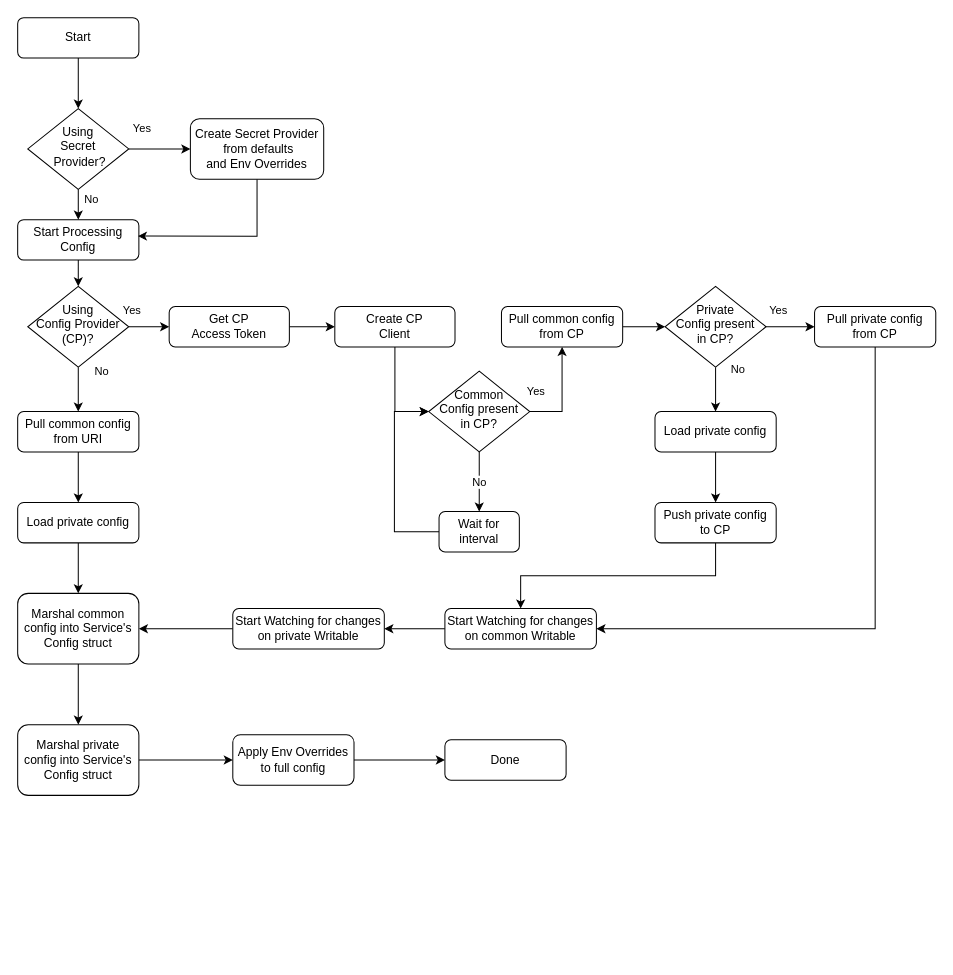
Above: docs_src/design/adr/common-config-images/EdgeX 3.x Configuration bootstrapping flowchart.drawio in edgexfoundry/edgex-docs (draw.io), before the change. Source tidied: cells renumbered, new cells numbered last; positions are measured from the earlier drawing's top-left corner, leaving out a move shared by most shapes. Both pictures are drawn from the tidied source at 101%, with x=0, y=0 at pixel (17, 17).
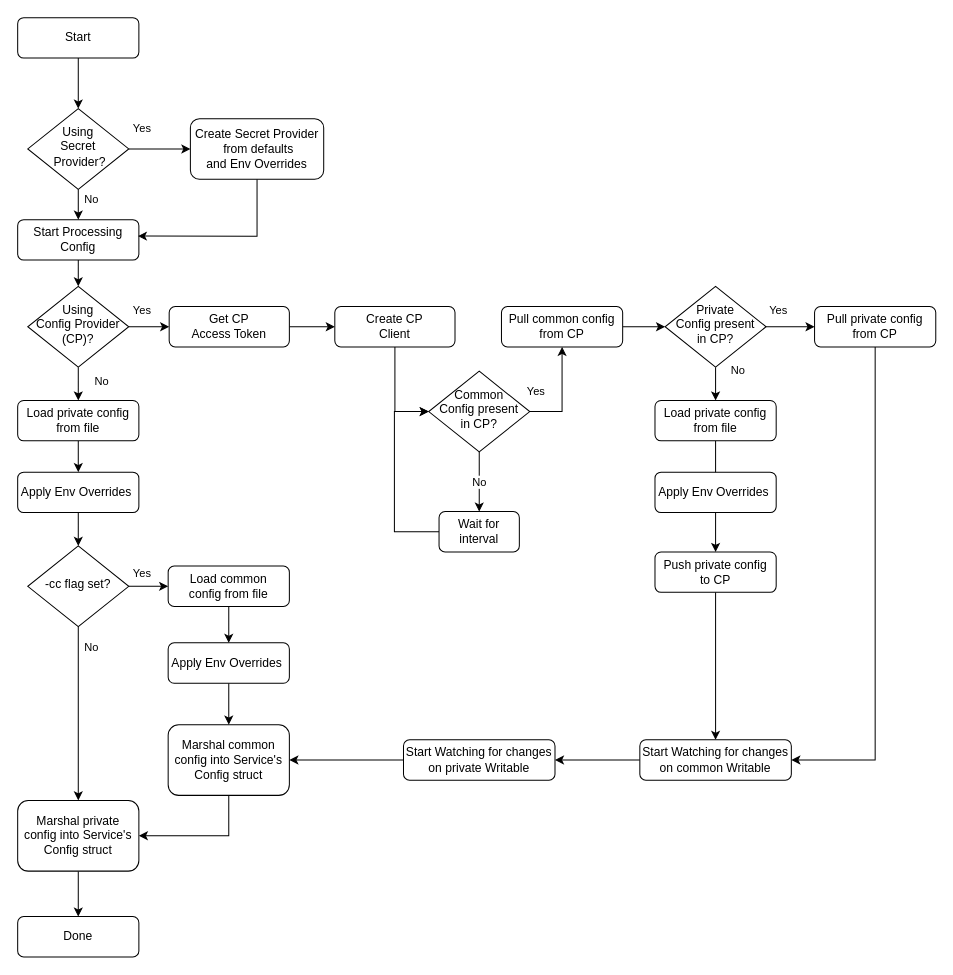
The same diagram, later.

Commit message (it also covers changes not shown here):
refactor: Rework ADR for Config Provider as System of Record (#1025)

The change refers to these unchanged cells:
```xml
<mxCell id="6" value="Using &lt;br&gt;Config Provider (CP)?" style="rhombus;whiteSpace=wrap;html=1;shadow=0;fontFamily=Helvetica;fontSize=12;align=center;strokeWidth=1;spacing=6;spacingTop=-4;" parent="1" vertex="1">
  <mxGeometry x="10" y="266" width="100" height="80" as="geometry" />
</mxCell>
<mxCell id="16" value="Pull private config&lt;br&gt;from CP" style="rounded=1;whiteSpace=wrap;html=1;fontSize=12;glass=0;strokeWidth=1;shadow=0;" parent="1" vertex="1">
  <mxGeometry x="789" y="286" width="120" height="40" as="geometry" />
</mxCell>
<mxCell id="33" value="Get CP &lt;br&gt;Access Token" style="rounded=1;whiteSpace=wrap;html=1;fontSize=12;glass=0;strokeWidth=1;shadow=0;" parent="1" vertex="1">
  <mxGeometry x="150" y="286" width="119" height="40" as="geometry" />
</mxCell>
```

What changed in the source:
```diff
@@
-    <mxCell id="3" value="Load private config" style="rounded=1;whiteSpace=wrap;html=1;fontSize=12;glass=0;strokeWidth=1;shadow=0;" parent="1" vertex="1">
-      <mxGeometry x="631" y="390" width="120" height="40" as="geometry" />
+    <mxCell id="3" value="Load private config from file" style="rounded=1;whiteSpace=wrap;html=1;fontSize=12;glass=0;strokeWidth=1;shadow=0;" parent="1" vertex="1">
+      <mxGeometry x="631" y="379" width="120" height="40" as="geometry" />
     </mxCell>
     <mxCell id="4" value="Yes" style="edgeStyle=orthogonalEdgeStyle;rounded=0;jettySize=auto;html=1;" parent="1" edge="1" source="6" target="33">
-      <mxGeometry x="-0.85" y="16" relative="1" as="geometry" />
+      <mxGeometry x="-0.35" y="16" relative="1" as="geometry" />
     </mxCell>
-    <mxCell id="5" value="No" style="edgeStyle=orthogonalEdgeStyle;rounded=0;jettySize=auto;html=1;" parent="1" edge="1" source="6" target="26">
-      <mxGeometry x="-0.82" y="23" relative="1" as="geometry" />
+    <mxCell id="5" value="No" style="edgeStyle=orthogonalEdgeStyle;rounded=0;jettySize=auto;html=1;entryX=0.5;entryY=0;entryDx=0;entryDy=0;" parent="1" edge="1" source="6" target="22">
+      <mxGeometry x="0.19" y="23" relative="1" as="geometry" />
     </mxCell>
@@
     <mxCell id="8" value="Push private config&lt;br&gt;&amp;nbsp;to CP&amp;nbsp;" style="rounded=1;whiteSpace=wrap;html=1;fontSize=12;glass=0;strokeWidth=1;shadow=0;" parent="1" vertex="1">
-      <mxGeometry x="631" y="480" width="120" height="40" as="geometry" />
+      <mxGeometry x="631" y="529" width="120" height="40" as="geometry" />
     </mxCell>
     <mxCell id="9" value="Done" style="rounded=1;whiteSpace=wrap;html=1;fontSize=12;glass=0;strokeWidth=1;shadow=0;" parent="1" vertex="1">
-      <mxGeometry x="423" y="715" width="120" height="40" as="geometry" />
+      <mxGeometry y="890" width="120" height="40" as="geometry" />
     </mxCell>
-    <mxCell id="10" style="edgeStyle=orthogonalEdgeStyle;rounded=0;jettySize=auto;html=1;entryX=0.5;entryY=0;entryDx=0;entryDy=0;" parent="1" edge="1" source="11" target="37">
+    <mxCell id="10" style="edgeStyle=orthogonalEdgeStyle;rounded=0;jettySize=auto;html=1;exitX=0.5;exitY=1;exitDx=0;exitDy=0;entryX=1;entryY=0.5;entryDx=0;entryDy=0;" parent="1" edge="1" source="11" target="37">
       <mxGeometry relative="1" as="geometry" />
     </mxCell>
     <mxCell id="11" value="Marshal common config into Service's Config struct" style="rounded=1;whiteSpace=wrap;html=1;fontSize=12;glass=0;strokeWidth=1;shadow=0;" parent="1" vertex="1">
-      <mxGeometry y="570" width="120" height="70" as="geometry" />
+      <mxGeometry x="149" y="700" width="120" height="70" as="geometry" />
     </mxCell>
@@
     <mxCell id="15" style="edgeStyle=orthogonalEdgeStyle;rounded=0;jettySize=auto;html=1;entryX=1;entryY=0.5;entryDx=0;entryDy=0;" parent="1" edge="1" source="16" target="39">
       <mxGeometry relative="1" as="geometry">
         <Array as="points">
-          <mxPoint x="849" y="605" />
+          <mxPoint x="849" y="735" />
         </Array>
       </mxGeometry>
     </mxCell>
@@
-    <mxCell id="21" style="edgeStyle=orthogonalEdgeStyle;rounded=0;jettySize=auto;html=1;" parent="1" edge="1" source="22" target="11">
-      <mxGeometry relative="1" as="geometry" />
-    </mxCell>
+    <mxCell id="49" style="edgeStyle=orthogonalEdgeStyle;rounded=0;jettySize=auto;html=1;exitX=0.5;exitY=1;exitDx=0;exitDy=0;entryX=0.5;entryY=0;entryDx=0;entryDy=0;" parent="1" edge="1" source="22" target="53">
+      <mxGeometry relative="1" as="geometry" />
+    </mxCell>
-    <mxCell id="22" value="Load private config" style="rounded=1;whiteSpace=wrap;html=1;fontSize=12;glass=0;strokeWidth=1;shadow=0;" parent="1" vertex="1">
-      <mxGeometry y="480" width="120" height="40" as="geometry" />
+    <mxCell id="22" value="Load private config&lt;br&gt;from file" style="rounded=1;whiteSpace=wrap;html=1;fontSize=12;glass=0;strokeWidth=1;shadow=0;" parent="1" vertex="1">
+      <mxGeometry y="379" width="120" height="40" as="geometry" />
     </mxCell>
-    <mxCell id="23" style="edgeStyle=orthogonalEdgeStyle;rounded=0;jettySize=auto;html=1;exitX=1;exitY=0.5;exitDx=0;exitDy=0;entryX=0;entryY=0.5;entryDx=0;entryDy=0;" parent="1" edge="1" source="24" target="9">
-      <mxGeometry relative="1" as="geometry" />
-    </mxCell>
-    <mxCell id="24" value="Apply Env Overrides to full config" style="rounded=1;whiteSpace=wrap;html=1;fontSize=12;glass=0;strokeWidth=1;shadow=0;" parent="1" vertex="1">
-      <mxGeometry x="213" y="710" width="120" height="50" as="geometry" />
-    </mxCell>
-    <mxCell id="25" style="edgeStyle=orthogonalEdgeStyle;rounded=0;jettySize=auto;html=1;" parent="1" edge="1" source="26" target="22">
-      <mxGeometry relative="1" as="geometry" />
-    </mxCell>
-    <mxCell id="26" value="Pull common config from URI" style="rounded=1;whiteSpace=wrap;html=1;fontSize=12;glass=0;strokeWidth=1;shadow=0;" parent="1" vertex="1">
-      <mxGeometry y="390" width="120" height="40" as="geometry" />
-    </mxCell>
@@
-    <mxCell id="36" style="edgeStyle=orthogonalEdgeStyle;rounded=0;jettySize=auto;html=1;entryX=0;entryY=0.5;entryDx=0;entryDy=0;" parent="1" edge="1" source="37" target="24">
-      <mxGeometry relative="1" as="geometry" />
-    </mxCell>
+    <mxCell id="50" style="edgeStyle=orthogonalEdgeStyle;rounded=0;jettySize=auto;html=1;" parent="1" edge="1" source="37" target="9">
+      <mxGeometry relative="1" as="geometry" />
+    </mxCell>
     <mxCell id="37" value="Marshal private &lt;br&gt;config into Service's Config struct" style="rounded=1;whiteSpace=wrap;html=1;fontSize=12;glass=0;strokeWidth=1;shadow=0;" parent="1" vertex="1">
-      <mxGeometry y="700" width="120" height="70" as="geometry" />
+      <mxGeometry y="775" width="120" height="70" as="geometry" />
     </mxCell>
@@
     <mxCell id="39" value="Start Watching for changes on common Writable" style="rounded=1;whiteSpace=wrap;html=1;fontSize=12;glass=0;strokeWidth=1;shadow=0;" parent="1" vertex="1">
-      <mxGeometry x="423" y="585" width="150" height="40" as="geometry" />
+      <mxGeometry x="616" y="715" width="150" height="40" as="geometry" />
     </mxCell>
@@
     <mxCell id="41" value="Start Watching for changes on private Writable" style="rounded=1;whiteSpace=wrap;html=1;fontSize=12;glass=0;strokeWidth=1;shadow=0;" parent="1" vertex="1">
-      <mxGeometry x="213" y="585" width="150" height="40" as="geometry" />
+      <mxGeometry x="382" y="715" width="150" height="40" as="geometry" />
     </mxCell>
@@
+    <mxCell id="51" value="Apply Env Overrides&amp;nbsp;" style="rounded=1;whiteSpace=wrap;html=1;fontSize=12;glass=0;strokeWidth=1;shadow=0;" parent="1" vertex="1">
+      <mxGeometry x="631" y="450" width="120" height="40" as="geometry" />
+    </mxCell>
+    <mxCell id="52" style="edgeStyle=orthogonalEdgeStyle;rounded=0;jettySize=auto;html=1;" parent="1" edge="1" source="53" target="56">
+      <mxGeometry relative="1" as="geometry" />
+    </mxCell>
+    <mxCell id="53" value="Apply Env Overrides&amp;nbsp;" style="rounded=1;whiteSpace=wrap;html=1;fontSize=12;glass=0;strokeWidth=1;shadow=0;" parent="1" vertex="1">
+      <mxGeometry y="450" width="120" height="40" as="geometry" />
+    </mxCell>
+    <mxCell id="54" value="Yes" style="edgeStyle=orthogonalEdgeStyle;rounded=0;jettySize=auto;html=1;" parent="1" edge="1" source="56" target="58">
+      <mxGeometry x="-0.37" y="13" relative="1" as="geometry" />
+    </mxCell>
+    <mxCell id="55" value="No" style="edgeStyle=orthogonalEdgeStyle;rounded=0;jettySize=auto;html=1;exitX=0.5;exitY=1;exitDx=0;exitDy=0;entryX=0.5;entryY=0;entryDx=0;entryDy=0;" parent="1" edge="1" source="56" target="37">
+      <mxGeometry x="-0.76" y="13" relative="1" as="geometry" />
+    </mxCell>
+    <mxCell id="56" value="-cc flag set?" style="rhombus;whiteSpace=wrap;html=1;shadow=0;fontFamily=Helvetica;fontSize=12;align=center;strokeWidth=1;spacing=6;spacingTop=-4;" parent="1" vertex="1">
+      <mxGeometry x="10" y="523" width="100" height="80" as="geometry" />
+    </mxCell>
+    <mxCell id="57" style="edgeStyle=orthogonalEdgeStyle;rounded=0;jettySize=auto;html=1;" parent="1" edge="1" source="58" target="60">
+      <mxGeometry relative="1" as="geometry" />
+    </mxCell>
+    <mxCell id="58" value="Load common &lt;br&gt;config from file" style="rounded=1;whiteSpace=wrap;html=1;fontSize=12;glass=0;strokeWidth=1;shadow=0;" parent="1" vertex="1">
+      <mxGeometry x="149" y="543" width="120" height="40" as="geometry" />
+    </mxCell>
+    <mxCell id="59" style="edgeStyle=orthogonalEdgeStyle;rounded=0;jettySize=auto;html=1;" parent="1" edge="1" source="60" target="11">
+      <mxGeometry relative="1" as="geometry" />
+    </mxCell>
+    <mxCell id="60" value="Apply Env Overrides&amp;nbsp;" style="rounded=1;whiteSpace=wrap;html=1;fontSize=12;glass=0;strokeWidth=1;shadow=0;" parent="1" vertex="1">
+      <mxGeometry x="149" y="619" width="120" height="40" as="geometry" />
+    </mxCell>
```
